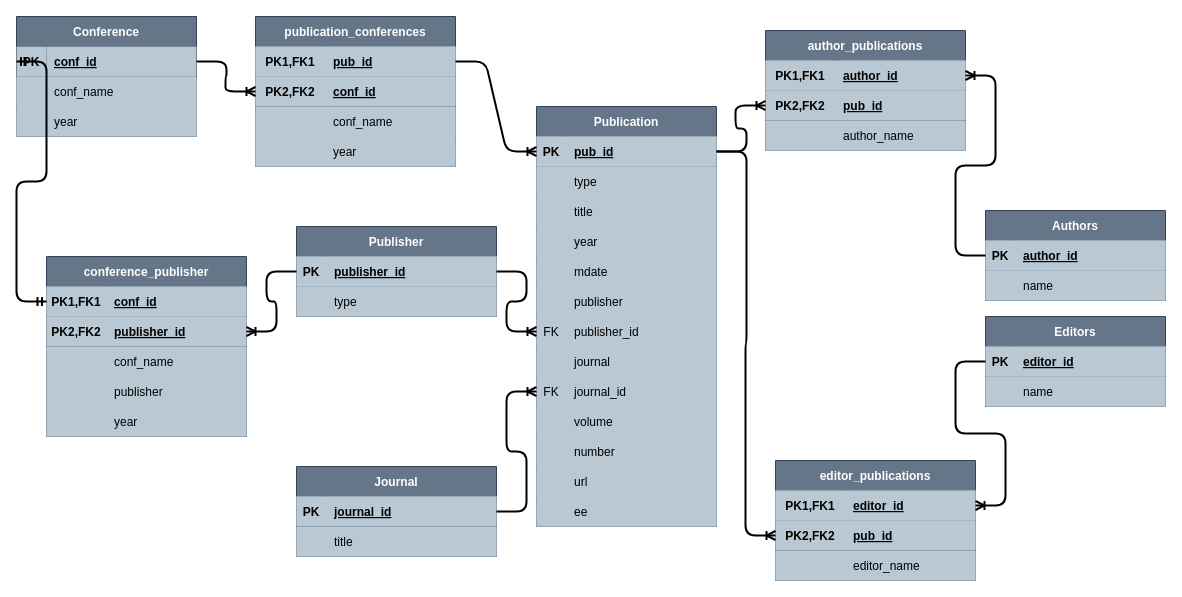
HoweChen0517/ntu_sd6103_data_systems_team_project keeps this draw.io diagram as src/draw_ER.drawio. Above is the earlier version. Source tidied: cells renumbered, new cells numbered last; positions are measured from the earlier drawing's top-left corner, leaving out a move shared by most shapes. Both pictures are drawn from the tidied source at 100%, with x=0, y=0 at pixel (16, 16).
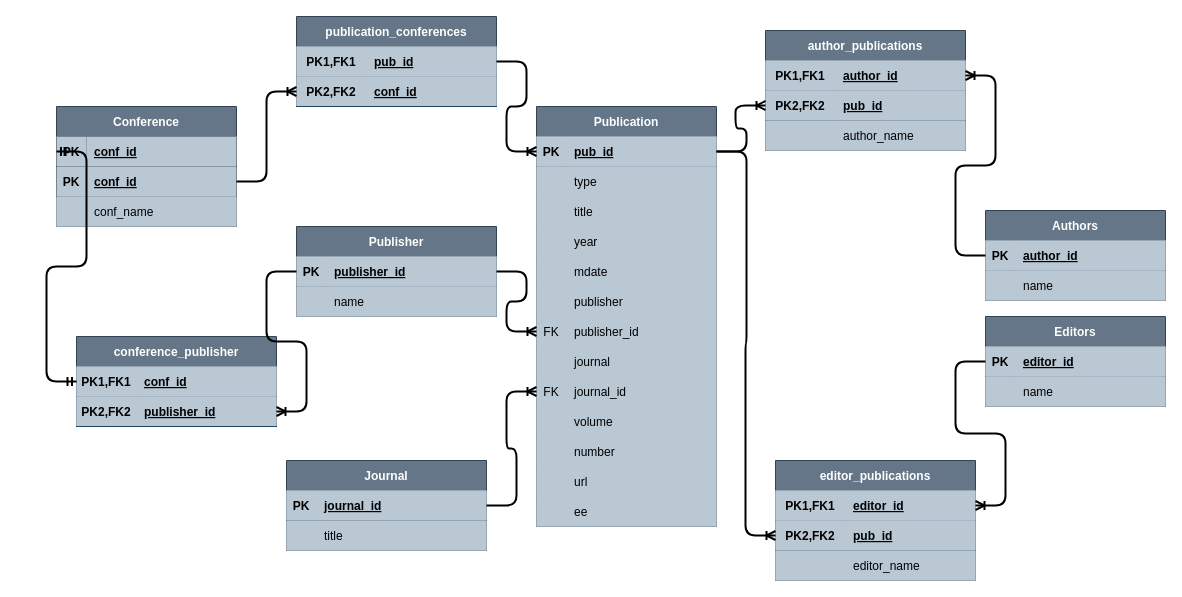
The same page after the edit.

Unchanged cells that the change refers to:
```xml
<mxCell id="46" style="shape=tableRow;horizontal=0;startSize=0;swimlaneHead=0;swimlaneBody=0;fillColor=#bac8d3;top=0;left=0;right=0;bottom=0;strokeColor=#23445d;fontColor=#000000;" parent="42" vertex="1">
  <mxGeometry y="60" width="200" height="30" as="geometry" />
</mxCell>
<mxCell id="121" style="shape=tableRow;horizontal=0;startSize=0;swimlaneHead=0;swimlaneBody=0;fillColor=#bac8d3;points=[[0,0.5],[1,0.5]];portConstraint=eastwest;top=0;left=0;right=0;bottom=1;strokeColor=#23445d;fontColor=#000000;" parent="120" vertex="1">
  <mxGeometry y="30" width="200" height="30" as="geometry" />
</mxCell>
```

The edit, as a diff of the source:
```diff
@@
-    <mxCell id="48" value="type" style="shape=partialRectangle;fillColor=#bac8d3;top=0;left=0;bottom=0;right=0;align=left;spacingLeft=6;overflow=hidden;strokeColor=#23445d;fontColor=#000000;" parent="46" vertex="1">
+    <mxCell id="48" value="name" style="shape=partialRectangle;fillColor=#bac8d3;top=0;left=0;bottom=0;right=0;align=left;spacingLeft=6;overflow=hidden;strokeColor=#23445d;fontColor=#000000;" parent="46" vertex="1">
       <mxGeometry x="30" width="170" height="30" as="geometry" />
     </mxCell>
     <mxCell id="49" value="Journal" style="shape=table;startSize=30;childLayout=tableLayout;rowLines=0;fontStyle=1;align=center;fillColor=#647687;fontColor=#ffffff;strokeColor=#314354;" parent="1" vertex="1">
-      <mxGeometry x="280" y="450" width="200" height="90" as="geometry" />
+      <mxGeometry x="270" y="444" width="200" height="90" as="geometry" />
     </mxCell>
@@
     <mxCell id="57" value="Conference" style="shape=table;startSize=30;childLayout=tableLayout;rowLines=0;fontStyle=1;align=center;fillColor=#647687;fontColor=#ffffff;strokeColor=#314354;" parent="1" vertex="1">
-      <mxGeometry width="180" height="120" as="geometry" />
+      <mxGeometry x="40" y="90" width="180" height="120" as="geometry" />
     </mxCell>
+    <mxCell id="139" style="shape=tableRow;horizontal=0;startSize=0;swimlaneHead=0;swimlaneBody=0;fillColor=none;points=[[0,0.5],[1,0.5]];portConstraint=eastwest;top=0;left=0;right=0;bottom=1;strokeColor=#000000;fontColor=#000000;" parent="57" vertex="1">
+      <mxGeometry y="30" width="180" height="30" as="geometry" />
+    </mxCell>
+    <mxCell id="140" value="PK" style="shape=partialRectangle;fillColor=#bac8d3;top=0;left=0;bottom=0;right=0;fontStyle=1;overflow=hidden;strokeColor=#000000;fontColor=#000000;" parent="139" vertex="1">
+      <mxGeometry width="30" height="30" as="geometry" />
+    </mxCell>
+    <mxCell id="141" value="conf_id" style="shape=partialRectangle;fillColor=#bac8d3;top=0;left=0;bottom=0;right=0;align=left;spacingLeft=6;fontStyle=5;overflow=hidden;strokeColor=#000000;fontColor=#000000;" parent="139" vertex="1">
+      <mxGeometry x="30" width="150" height="30" as="geometry" />
+    </mxCell>
     <mxCell id="58" style="shape=tableRow;horizontal=0;startSize=0;swimlaneHead=0;swimlaneBody=0;fillColor=none;points=[[0,0.5],[1,0.5]];portConstraint=eastwest;top=0;left=0;right=0;bottom=1;strokeColor=#000000;fontColor=#000000;" parent="57" vertex="1">
-      <mxGeometry y="30" width="180" height="30" as="geometry" />
+      <mxGeometry y="60" width="180" height="30" as="geometry" />
     </mxCell>
@@
     <mxCell id="61" style="shape=tableRow;horizontal=0;startSize=0;swimlaneHead=0;swimlaneBody=0;fillColor=#bac8d3;top=0;left=0;right=0;bottom=0;strokeColor=#000000;fontColor=#000000;" parent="57" vertex="1">
-      <mxGeometry y="60" width="180" height="30" as="geometry" />
+      <mxGeometry y="90" width="180" height="30" as="geometry" />
     </mxCell>
@@
-    <mxCell id="64" style="shape=tableRow;horizontal=0;startSize=0;swimlaneHead=0;swimlaneBody=0;fillColor=#bac8d3;top=0;left=0;right=0;bottom=0;strokeColor=#000000;fontColor=#000000;" parent="57" vertex="1">
-      <mxGeometry y="90" width="180" height="30" as="geometry" />
-    </mxCell>
-    <mxCell id="65" style="shape=partialRectangle;fillColor=#bac8d3;top=0;left=0;bottom=0;right=0;overflow=hidden;strokeColor=#000000;fontColor=#000000;" parent="64" vertex="1">
-      <mxGeometry width="30" height="30" as="geometry" />
-    </mxCell>
-    <mxCell id="66" value="year" style="shape=partialRectangle;fillColor=#bac8d3;top=0;left=0;bottom=0;right=0;align=left;spacingLeft=6;overflow=hidden;strokeColor=#000000;fontColor=#000000;" parent="64" vertex="1">
-      <mxGeometry x="30" width="150" height="30" as="geometry" />
-    </mxCell>
     <mxCell id="67" value="publication_conferences" style="shape=table;startSize=30;childLayout=tableLayout;rowLines=0;fontStyle=1;align=center;fillColor=#647687;fontColor=#ffffff;strokeColor=#314354;" parent="1" vertex="1">
-      <mxGeometry x="239" width="200" height="150" as="geometry" />
+      <mxGeometry x="280" width="200" height="90" as="geometry" />
     </mxCell>
@@
-    <mxCell id="74" style="shape=tableRow;horizontal=0;startSize=0;swimlaneHead=0;swimlaneBody=0;fillColor=#bac8d3;top=0;left=0;right=0;bottom=0;strokeColor=#23445d;fontColor=#000000;" parent="67" vertex="1">
-      <mxGeometry y="90" width="200" height="30" as="geometry" />
-    </mxCell>
-    <mxCell id="75" style="shape=partialRectangle;fillColor=#bac8d3;top=0;left=0;bottom=0;right=0;overflow=hidden;strokeColor=#23445d;fontColor=#000000;" parent="74" vertex="1">
-      <mxGeometry width="70" height="30" as="geometry" />
-    </mxCell>
-    <mxCell id="76" value="conf_name" style="shape=partialRectangle;fillColor=#bac8d3;top=0;left=0;bottom=0;right=0;align=left;spacingLeft=6;overflow=hidden;strokeColor=#23445d;fontColor=#000000;" parent="74" vertex="1">
-      <mxGeometry x="70" width="130" height="30" as="geometry" />
-    </mxCell>
-    <mxCell id="77" style="shape=tableRow;horizontal=0;startSize=0;swimlaneHead=0;swimlaneBody=0;fillColor=#bac8d3;top=0;left=0;right=0;bottom=0;strokeColor=#23445d;fontColor=#000000;" parent="67" vertex="1">
-      <mxGeometry y="120" width="200" height="30" as="geometry" />
-    </mxCell>
-    <mxCell id="78" style="shape=partialRectangle;fillColor=#bac8d3;top=0;left=0;bottom=0;right=0;overflow=hidden;strokeColor=#23445d;fontColor=#000000;" parent="77" vertex="1">
-      <mxGeometry width="70" height="30" as="geometry" />
-    </mxCell>
-    <mxCell id="79" value="year" style="shape=partialRectangle;fillColor=#bac8d3;top=0;left=0;bottom=0;right=0;align=left;spacingLeft=6;overflow=hidden;strokeColor=#23445d;fontColor=#000000;" parent="77" vertex="1">
-      <mxGeometry x="70" width="130" height="30" as="geometry" />
-    </mxCell>
@@
     <mxCell id="120" value="conference_publisher" style="shape=table;startSize=30;childLayout=tableLayout;rowLines=0;fontStyle=1;align=center;fillColor=#647687;fontColor=#ffffff;strokeColor=#314354;" parent="1" vertex="1">
-      <mxGeometry x="30" y="240" width="200" height="180" as="geometry" />
+      <mxGeometry x="60" y="320" width="200" height="90" as="geometry" />
     </mxCell>
@@
-    <mxCell id="127" style="shape=tableRow;horizontal=0;startSize=0;swimlaneHead=0;swimlaneBody=0;fillColor=#bac8d3;top=0;left=0;right=0;bottom=0;strokeColor=#23445d;fontColor=#000000;" parent="120" vertex="1">
-      <mxGeometry y="90" width="200" height="30" as="geometry" />
-    </mxCell>
-    <mxCell id="128" style="shape=partialRectangle;fillColor=#bac8d3;top=0;left=0;bottom=0;right=0;overflow=hidden;strokeColor=#23445d;fontColor=#000000;" parent="127" vertex="1">
-      <mxGeometry width="60" height="30" as="geometry" />
-    </mxCell>
-    <mxCell id="129" value="conf_name" style="shape=partialRectangle;fillColor=#bac8d3;top=0;left=0;bottom=0;right=0;align=left;spacingLeft=6;overflow=hidden;strokeColor=#23445d;fontColor=#000000;" parent="127" vertex="1">
-      <mxGeometry x="60" width="140" height="30" as="geometry" />
-    </mxCell>
-    <mxCell id="130" style="shape=tableRow;horizontal=0;startSize=0;swimlaneHead=0;swimlaneBody=0;fillColor=#bac8d3;top=0;left=0;right=0;bottom=0;strokeColor=#23445d;fontColor=#000000;" parent="120" vertex="1">
-      <mxGeometry y="120" width="200" height="30" as="geometry" />
-    </mxCell>
-    <mxCell id="131" style="shape=partialRectangle;fillColor=#bac8d3;top=0;left=0;bottom=0;right=0;overflow=hidden;strokeColor=#23445d;fontColor=#000000;" parent="130" vertex="1">
-      <mxGeometry width="60" height="30" as="geometry" />
-    </mxCell>
-    <mxCell id="132" value="publisher" style="shape=partialRectangle;fillColor=#bac8d3;top=0;left=0;bottom=0;right=0;align=left;spacingLeft=6;overflow=hidden;strokeColor=#23445d;fontColor=#000000;" parent="130" vertex="1">
-      <mxGeometry x="60" width="140" height="30" as="geometry" />
-    </mxCell>
-    <mxCell id="133" style="shape=tableRow;horizontal=0;startSize=0;swimlaneHead=0;swimlaneBody=0;fillColor=#bac8d3;top=0;left=0;right=0;bottom=0;strokeColor=#23445d;fontColor=#000000;" parent="120" vertex="1">
-      <mxGeometry y="150" width="200" height="30" as="geometry" />
-    </mxCell>
-    <mxCell id="134" style="shape=partialRectangle;fillColor=#bac8d3;top=0;left=0;bottom=0;right=0;overflow=hidden;strokeColor=#23445d;fontColor=#000000;" parent="133" vertex="1">
-      <mxGeometry width="60" height="30" as="geometry" />
-    </mxCell>
-    <mxCell id="135" value="year" style="shape=partialRectangle;fillColor=#bac8d3;top=0;left=0;bottom=0;right=0;align=left;spacingLeft=6;overflow=hidden;strokeColor=#23445d;fontColor=#000000;" parent="133" vertex="1">
-      <mxGeometry x="60" width="140" height="30" as="geometry" />
-    </mxCell>
-    <mxCell id="136" style="edgeStyle=entityRelationEdgeStyle;fontSize=12;html=1;endArrow=ERmandOne;startArrow=ERmandOne;entryX=0;entryY=0.5;entryDx=0;entryDy=0;exitX=0;exitY=0.5;exitDx=0;exitDy=0;strokeColor=#000000;strokeWidth=2;" parent="1" edge="1" source="121" target="58">
+    <mxCell id="136" style="edgeStyle=entityRelationEdgeStyle;fontSize=12;html=1;endArrow=ERmandOne;startArrow=ERmandOne;exitX=0;exitY=0.5;exitDx=0;exitDy=0;strokeColor=#000000;strokeWidth=2;entryX=0;entryY=0.5;entryDx=0;entryDy=0;" parent="1" edge="1" source="121" target="139">
       <mxGeometry relative="1" as="geometry" />
     </mxCell>
```
